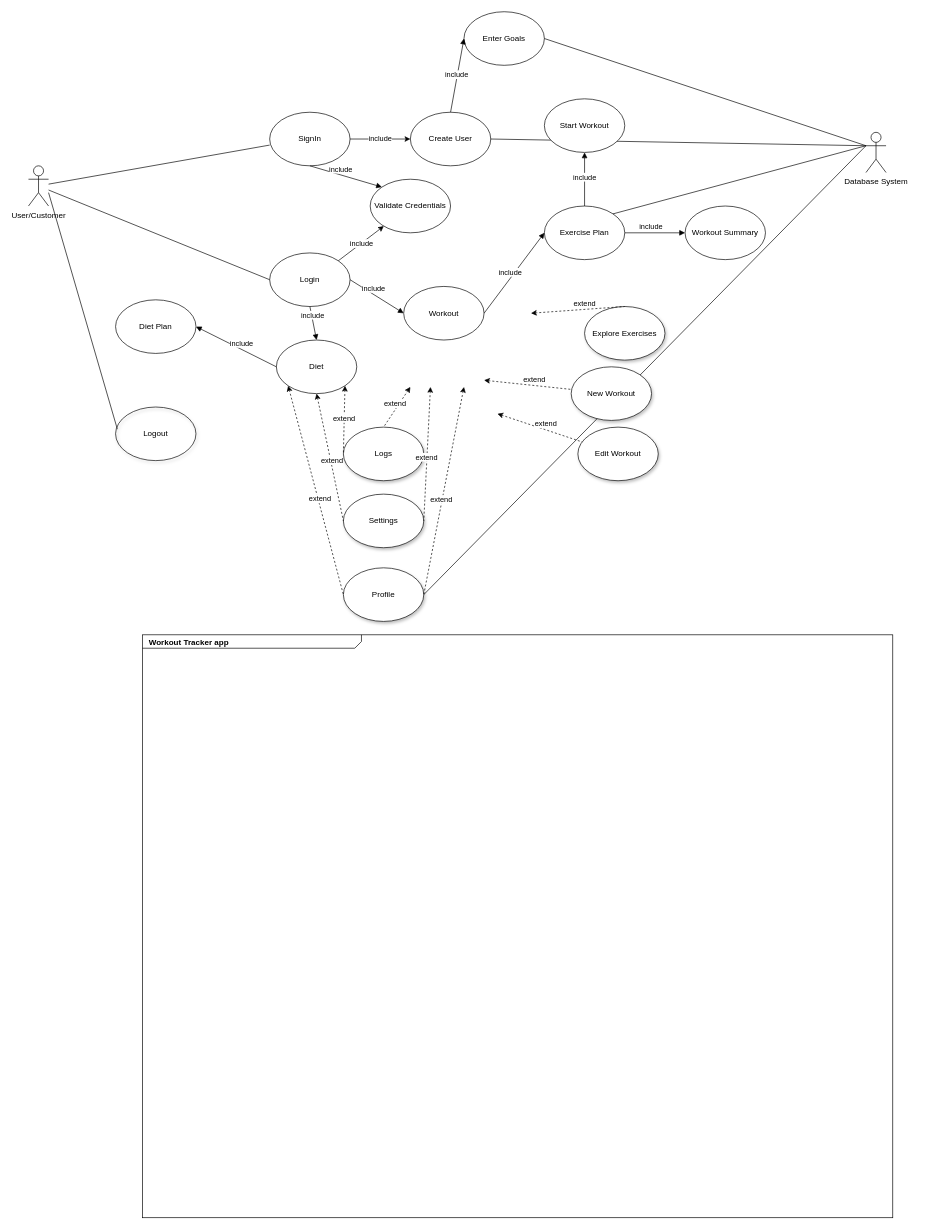
The draw.io diagram ucsdareport.drawio in samuzaffar99/WorkoutTracker, before the edit. Source tidied: cells renumbered, new cells numbered last; positions are measured from the earlier drawing's top-left corner, leaving out a move shared by most shapes. Both pictures are drawn from the tidied source at 67%, with x=0, y=0 at pixel (28, 11).
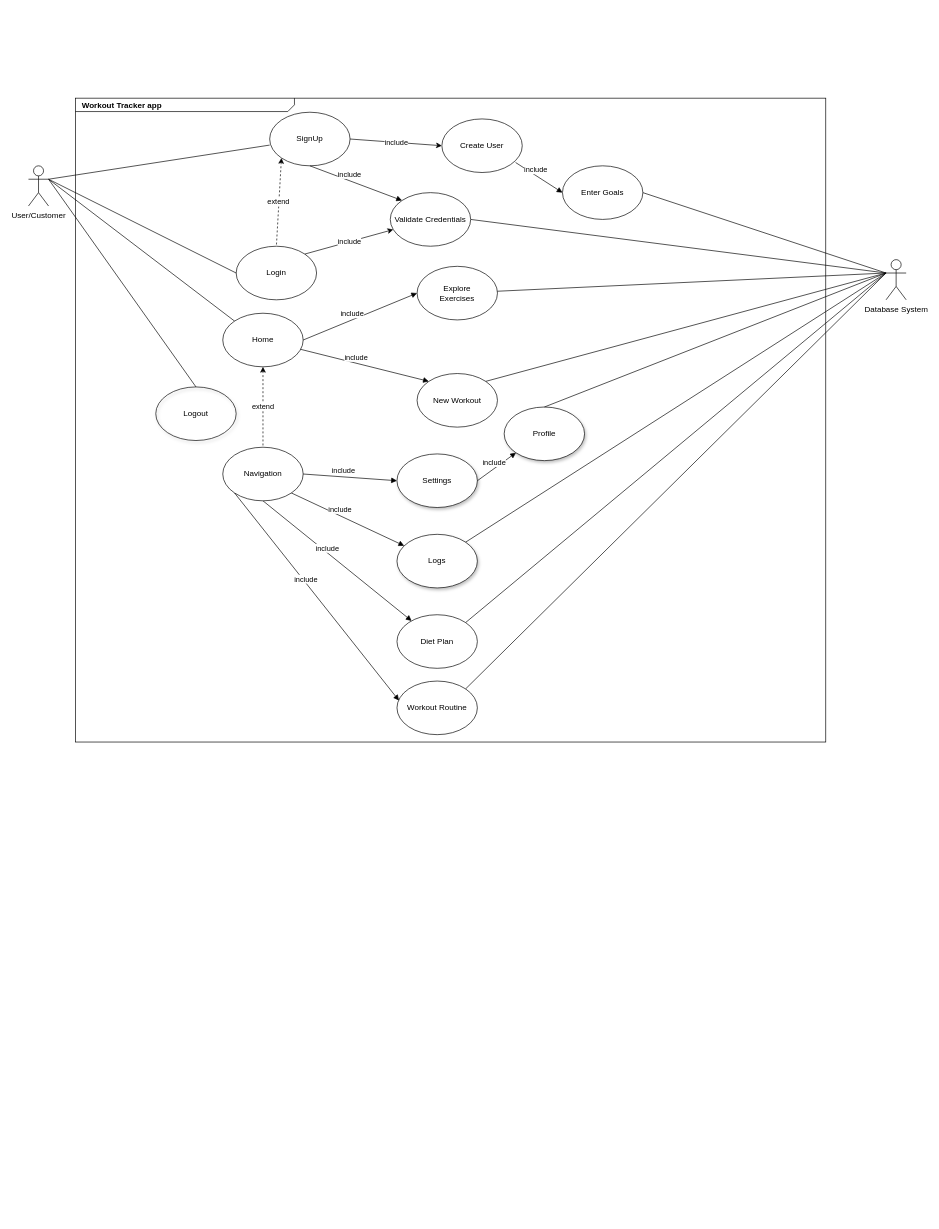
After the change.

Unchanged cells that the change refers to:
```xml
<mxCell id="3" value="User/Customer" style="shape=umlActor;verticalLabelPosition=bottom;verticalAlign=top;html=1;outlineConnect=0;" parent="1" vertex="1">
  <mxGeometry y="230" width="30" height="60" as="geometry" />
</mxCell>
```

What changed in the source:
```diff
@@
-    <mxCell id="2" style="endArrow=none;html=1;exitX=1;exitY=0.5;exitDx=0;exitDy=0;" parent="1" edge="1" source="31">
-      <mxGeometry relative="1" as="geometry">
-        <mxPoint x="1250" y="200" as="targetPoint" />
-      </mxGeometry>
-    </mxCell>
+    <mxCell id="49" style="endArrow=none;html=1;entryX=1;entryY=0.5;entryDx=0;entryDy=0;exitX=0;exitY=0.3333333333333333;exitDx=0;exitDy=0;exitPerimeter=0;endFill=0;" parent="1" edge="1" source="41" target="46">
+      <mxGeometry relative="1" as="geometry" />
+    </mxCell>
@@
-    <mxCell id="4" value="SignIn" style="ellipse;whiteSpace=wrap;html=1;" parent="1" vertex="1">
+    <mxCell id="4" value="SignUp" style="ellipse;whiteSpace=wrap;html=1;" parent="1" vertex="1">
       <mxGeometry x="360" y="150" width="120" height="80" as="geometry" />
     </mxCell>
     <mxCell id="5" value="Login" style="ellipse;whiteSpace=wrap;html=1;" parent="1" vertex="1">
-      <mxGeometry x="360" y="360" width="120" height="80" as="geometry" />
+      <mxGeometry x="310" y="350" width="120" height="80" as="geometry" />
     </mxCell>
-    <mxCell id="6" style="endArrow=none;html=1;entryX=0;entryY=0.613;entryDx=0;entryDy=0;entryPerimeter=0;" parent="1" edge="1" source="3" target="4">
-      <mxGeometry relative="1" as="geometry" />
+    <mxCell id="6" style="endArrow=none;html=1;entryX=0;entryY=0.613;entryDx=0;entryDy=0;entryPerimeter=0;" parent="1" edge="1" target="4">
+      <mxGeometry relative="1" as="geometry">
+        <mxPoint x="30" y="250" as="sourcePoint" />
+      </mxGeometry>
     </mxCell>
-    <mxCell id="7" style="endArrow=none;html=1;entryX=0;entryY=0.5;entryDx=0;entryDy=0;" parent="1" edge="1" source="3" target="5">
+    <mxCell id="7" style="endArrow=none;html=1;entryX=0;entryY=0.5;entryDx=0;entryDy=0;exitX=1;exitY=0.3333333333333333;exitDx=0;exitDy=0;exitPerimeter=0;" parent="1" edge="1" source="3" target="5">
       <mxGeometry relative="1" as="geometry" />
     </mxCell>
     <mxCell id="8" value="Create User" style="ellipse;whiteSpace=wrap;html=1;" parent="1" vertex="1">
-      <mxGeometry x="570" y="150" width="120" height="80" as="geometry" />
+      <mxGeometry x="617" y="160" width="120" height="80" as="geometry" />
     </mxCell>
@@
     <mxCell id="10" value="&lt;p style=&quot;margin: 0px ; margin-top: 4px ; margin-left: 10px ; text-align: left&quot;&gt;&lt;b&gt;Workout Tracker app&lt;/b&gt;&lt;/p&gt;" style="html=1;strokeWidth=1;shape=mxgraph.sysml.package;html=1;overflow=fill;whiteSpace=wrap;fillColor=none;gradientColor=none;fontSize=12;align=center;labelX=327.64;" parent="1" vertex="1">
-      <mxGeometry x="170" y="930" width="1120" height="870" as="geometry" />
+      <mxGeometry x="70" y="129" width="1120" height="961" as="geometry" />
     </mxCell>
-    <mxCell id="11" value="Workout" style="ellipse;whiteSpace=wrap;html=1;" parent="1" vertex="1">
-      <mxGeometry x="560" y="410" width="120" height="80" as="geometry" />
+    <mxCell id="11" value="Home" style="ellipse;whiteSpace=wrap;html=1;" parent="1" vertex="1">
+      <mxGeometry x="290" y="450" width="120" height="80" as="geometry" />
     </mxCell>
-    <mxCell id="12" value="include" style="html=1;verticalAlign=bottom;endArrow=block;exitX=1;exitY=0.5;exitDx=0;exitDy=0;entryX=0;entryY=0.5;entryDx=0;entryDy=0;" parent="1" edge="1" source="5" target="11">
-      <mxGeometry x="-0.14" relative="1" as="geometry" />
-    </mxCell>
     <mxCell id="13" value="Enter Goals" style="ellipse;whiteSpace=wrap;html=1;" parent="1" vertex="1">
-      <mxGeometry x="650" width="120" height="80" as="geometry" />
+      <mxGeometry x="797" y="230" width="120" height="80" as="geometry" />
     </mxCell>
-    <mxCell id="14" value="include" style="html=1;verticalAlign=bottom;endArrow=block;exitX=0.5;exitY=0;exitDx=0;exitDy=0;entryX=0;entryY=0.5;entryDx=0;entryDy=0;" parent="1" edge="1" source="8" target="13">
+    <mxCell id="14" value="include" style="html=1;verticalAlign=bottom;endArrow=block;exitX=0.917;exitY=0.813;exitDx=0;exitDy=0;entryX=0;entryY=0.5;entryDx=0;entryDy=0;exitPerimeter=0;" parent="1" edge="1" source="8" target="13">
       <mxGeometry x="-0.14" relative="1" as="geometry" />
     </mxCell>
-    <mxCell id="15" value="Diet" style="ellipse;whiteSpace=wrap;html=1;" parent="1" vertex="1">
-      <mxGeometry x="370" y="490" width="120" height="80" as="geometry" />
-    </mxCell>
-    <mxCell id="16" value="include" style="html=1;verticalAlign=bottom;endArrow=block;exitX=0.5;exitY=1;exitDx=0;exitDy=0;entryX=0.5;entryY=0;entryDx=0;entryDy=0;" parent="1" edge="1" source="5" target="15">
-      <mxGeometry x="-0.14" relative="1" as="geometry" />
-    </mxCell>
-    <mxCell id="17" value="Workout Summary" style="ellipse;whiteSpace=wrap;html=1;" parent="1" vertex="1">
-      <mxGeometry x="980" y="290" width="120" height="80" as="geometry" />
+    <mxCell id="17" value="Workout Routine" style="ellipse;whiteSpace=wrap;html=1;" parent="1" vertex="1">
+      <mxGeometry x="550" y="999" width="120" height="80" as="geometry" />
     </mxCell>
-    <mxCell id="18" value="include" style="html=1;verticalAlign=bottom;endArrow=block;exitX=1;exitY=0.5;exitDx=0;exitDy=0;entryX=0;entryY=0.5;entryDx=0;entryDy=0;" parent="1" edge="1" source="23" target="17">
-      <mxGeometry x="-0.14" relative="1" as="geometry" />
-    </mxCell>
-    <mxCell id="19" value="New Workout" style="ellipse;whiteSpace=wrap;html=1;shadow=1;" parent="1" vertex="1">
-      <mxGeometry x="810" y="530" width="120" height="80" as="geometry" />
-    </mxCell>
-    <mxCell id="20" value="extend" style="html=1;verticalAlign=bottom;endArrow=none;startArrow=classic;startFill=1;endFill=0;dashed=1;" parent="1" edge="1" target="19">
-      <mxGeometry x="0.14" relative="1" as="geometry">
-        <mxPoint x="680" y="550" as="sourcePoint" />
-      </mxGeometry>
-    </mxCell>
-    <mxCell id="21" value="Explore Exercises" style="ellipse;whiteSpace=wrap;html=1;shadow=1;" parent="1" vertex="1">
-      <mxGeometry x="830" y="440" width="120" height="80" as="geometry" />
-    </mxCell>
-    <mxCell id="22" value="extend" style="html=1;verticalAlign=bottom;endArrow=none;entryX=0.5;entryY=0;entryDx=0;entryDy=0;startArrow=classic;startFill=1;endFill=0;dashed=1;" parent="1" edge="1" target="21">
-      <mxGeometry x="0.14" relative="1" as="geometry">
-        <mxPoint x="750" y="450" as="sourcePoint" />
-      </mxGeometry>
-    </mxCell>
-    <mxCell id="23" value="Exercise Plan" style="ellipse;whiteSpace=wrap;html=1;" parent="1" vertex="1">
-      <mxGeometry x="770" y="290" width="120" height="80" as="geometry" />
+    <mxCell id="23" value="Explore&lt;br&gt;Exercises" style="ellipse;whiteSpace=wrap;html=1;" parent="1" vertex="1">
+      <mxGeometry x="580" y="380" width="120" height="80" as="geometry" />
     </mxCell>
@@
     <mxCell id="25" value="Diet Plan" style="ellipse;whiteSpace=wrap;html=1;" parent="1" vertex="1">
-      <mxGeometry x="130" y="430" width="120" height="80" as="geometry" />
+      <mxGeometry x="550" y="900" width="120" height="80" as="geometry" />
     </mxCell>
-    <mxCell id="26" value="include" style="html=1;verticalAlign=bottom;endArrow=block;entryX=1;entryY=0.5;entryDx=0;entryDy=0;exitX=0;exitY=0.5;exitDx=0;exitDy=0;" parent="1" edge="1" source="15" target="25">
-      <mxGeometry x="-0.14" relative="1" as="geometry" />
+    <mxCell id="26" value="include" style="html=1;verticalAlign=bottom;endArrow=block;exitX=0.5;exitY=1;exitDx=0;exitDy=0;" parent="1" edge="1" source="52" target="25">
+      <mxGeometry x="-0.12" y="-2" relative="1" as="geometry" />
     </mxCell>
-    <mxCell id="27" value="Edit Workout" style="ellipse;whiteSpace=wrap;html=1;shadow=1;" parent="1" vertex="1">
-      <mxGeometry x="820" y="620" width="120" height="80" as="geometry" />
-    </mxCell>
-    <mxCell id="28" value="extend" style="html=1;verticalAlign=bottom;endArrow=none;startArrow=classic;startFill=1;endFill=0;dashed=1;" parent="1" edge="1" target="27">
-      <mxGeometry x="0.14" relative="1" as="geometry">
-        <mxPoint x="700" y="600" as="sourcePoint" />
-      </mxGeometry>
-    </mxCell>
     <mxCell id="29" value="Logs" style="ellipse;whiteSpace=wrap;html=1;shadow=1;" parent="1" vertex="1">
-      <mxGeometry x="470" y="620" width="120" height="80" as="geometry" />
+      <mxGeometry x="550" y="780" width="120" height="80" as="geometry" />
     </mxCell>
-    <mxCell id="30" value="extend" style="html=1;verticalAlign=bottom;endArrow=none;entryX=0;entryY=0.5;entryDx=0;entryDy=0;startArrow=classic;startFill=1;endFill=0;dashed=1;exitX=1;exitY=1;exitDx=0;exitDy=0;" parent="1" edge="1" source="15" target="29">
-      <mxGeometry x="0.14" relative="1" as="geometry" />
-    </mxCell>
     <mxCell id="31" value="Profile" style="ellipse;whiteSpace=wrap;html=1;shadow=1;" parent="1" vertex="1">
-      <mxGeometry x="470" y="830" width="120" height="80" as="geometry" />
+      <mxGeometry x="710" y="590" width="120" height="80" as="geometry" />
     </mxCell>
-    <mxCell id="32" value="extend" style="html=1;verticalAlign=bottom;endArrow=none;entryX=0;entryY=0.5;entryDx=0;entryDy=0;startArrow=classic;startFill=1;endFill=0;dashed=1;exitX=0;exitY=1;exitDx=0;exitDy=0;" parent="1" edge="1" source="15" target="31">
-      <mxGeometry x="0.14" relative="1" as="geometry" />
-    </mxCell>
     <mxCell id="33" value="Settings" style="ellipse;whiteSpace=wrap;html=1;shadow=1;" parent="1" vertex="1">
-      <mxGeometry x="470" y="720" width="120" height="80" as="geometry" />
+      <mxGeometry x="550" y="660" width="120" height="80" as="geometry" />
     </mxCell>
-    <mxCell id="34" value="extend" style="html=1;verticalAlign=bottom;endArrow=none;exitX=0.5;exitY=1;exitDx=0;exitDy=0;entryX=0;entryY=0.5;entryDx=0;entryDy=0;startArrow=classic;startFill=1;endFill=0;dashed=1;" parent="1" edge="1" source="15" target="33">
-      <mxGeometry x="0.14" relative="1" as="geometry" />
-    </mxCell>
-    <mxCell id="35" value="extend" style="html=1;verticalAlign=bottom;endArrow=none;entryX=0.5;entryY=0;entryDx=0;entryDy=0;startArrow=classic;startFill=1;endFill=0;dashed=1;" parent="1" edge="1" target="29">
-      <mxGeometry x="0.14" relative="1" as="geometry">
-        <mxPoint x="570" y="560" as="sourcePoint" />
-      </mxGeometry>
-    </mxCell>
-    <mxCell id="36" value="extend" style="html=1;verticalAlign=bottom;endArrow=none;entryX=1;entryY=0.5;entryDx=0;entryDy=0;startArrow=classic;startFill=1;endFill=0;dashed=1;" parent="1" edge="1" target="33">
-      <mxGeometry x="0.14" relative="1" as="geometry">
-        <mxPoint x="600" y="560" as="sourcePoint" />
-      </mxGeometry>
-    </mxCell>
-    <mxCell id="37" value="extend" style="html=1;verticalAlign=bottom;endArrow=none;entryX=1;entryY=0.5;entryDx=0;entryDy=0;startArrow=classic;startFill=1;endFill=0;dashed=1;" parent="1" edge="1" target="31">
-      <mxGeometry x="0.14" relative="1" as="geometry">
-        <mxPoint x="650" y="560" as="sourcePoint" />
-      </mxGeometry>
-    </mxCell>
-    <mxCell id="38" value="include" style="html=1;verticalAlign=bottom;endArrow=block;exitX=0.5;exitY=0;exitDx=0;exitDy=0;entryX=0.5;entryY=1;entryDx=0;entryDy=0;" parent="1" edge="1" source="23" target="44">
-      <mxGeometry x="-0.14" relative="1" as="geometry" />
-    </mxCell>
     <mxCell id="39" value="Logout" style="ellipse;whiteSpace=wrap;html=1;shadow=1;strokeWidth=1;fillColor=none;" parent="1" vertex="1">
-      <mxGeometry x="130" y="590" width="120" height="80" as="geometry" />
+      <mxGeometry x="190" y="560" width="120" height="80" as="geometry" />
     </mxCell>
-    <mxCell id="40" style="endArrow=none;html=1;entryX=0.022;entryY=0.413;entryDx=0;entryDy=0;entryPerimeter=0;" parent="1" edge="1" target="39">
-      <mxGeometry relative="1" as="geometry">
-        <mxPoint x="30" y="270" as="sourcePoint" />
-      </mxGeometry>
+    <mxCell id="40" style="endArrow=none;html=1;entryX=0.5;entryY=0;entryDx=0;entryDy=0;exitX=1;exitY=0.3333333333333333;exitDx=0;exitDy=0;exitPerimeter=0;" parent="1" edge="1" source="3" target="39">
+      <mxGeometry relative="1" as="geometry" />
     </mxCell>
     <mxCell id="41" value="Database System" style="shape=umlActor;verticalLabelPosition=bottom;verticalAlign=top;html=1;outlineConnect=0;" parent="1" vertex="1">
-      <mxGeometry x="1250" y="180" width="30" height="60" as="geometry" />
+      <mxGeometry x="1280" y="370" width="30" height="60" as="geometry" />
     </mxCell>
@@
-    <mxCell id="43" style="endArrow=none;html=1;exitX=1;exitY=0.5;exitDx=0;exitDy=0;" parent="1" edge="1" source="8">
-      <mxGeometry relative="1" as="geometry">
-        <mxPoint x="1250" y="200" as="targetPoint" />
-      </mxGeometry>
-    </mxCell>
-    <mxCell id="44" value="Start Workout" style="ellipse;whiteSpace=wrap;html=1;" parent="1" vertex="1">
-      <mxGeometry x="770" y="130" width="120" height="80" as="geometry" />
+    <mxCell id="44" value="New Workout" style="ellipse;whiteSpace=wrap;html=1;" parent="1" vertex="1">
+      <mxGeometry x="580" y="540" width="120" height="80" as="geometry" />
     </mxCell>
-    <mxCell id="45" style="endArrow=none;html=1;exitX=1;exitY=0;exitDx=0;exitDy=0;" parent="1" edge="1" source="23">
-      <mxGeometry relative="1" as="geometry">
-        <mxPoint x="1250" y="200" as="targetPoint" />
-      </mxGeometry>
-    </mxCell>
     <mxCell id="46" value="Validate Credentials" style="ellipse;whiteSpace=wrap;html=1;" parent="1" vertex="1">
-      <mxGeometry x="510" y="250" width="120" height="80" as="geometry" />
+      <mxGeometry x="540" y="270" width="120" height="80" as="geometry" />
     </mxCell>
@@
+    <mxCell id="50" style="endArrow=none;html=1;entryX=0;entryY=0;entryDx=0;entryDy=0;endFill=0;exitX=1;exitY=0.3333333333333333;exitDx=0;exitDy=0;exitPerimeter=0;" parent="1" edge="1" source="3" target="11">
+      <mxGeometry relative="1" as="geometry" />
+    </mxCell>
+    <mxCell id="51" value="include" style="html=1;verticalAlign=bottom;endArrow=block;entryX=0;entryY=0;entryDx=0;entryDy=0;" parent="1" edge="1" source="11" target="44">
+      <mxGeometry x="-0.14" relative="1" as="geometry" />
+    </mxCell>
+    <mxCell id="52" value="Navigation" style="ellipse;whiteSpace=wrap;html=1;" parent="1" vertex="1">
+      <mxGeometry x="290" y="650" width="120" height="80" as="geometry" />
+    </mxCell>
+    <mxCell id="53" value="extend" style="html=1;verticalAlign=bottom;endArrow=none;entryX=0.5;entryY=0;entryDx=0;entryDy=0;startArrow=classic;startFill=1;endFill=0;dashed=1;exitX=0;exitY=1;exitDx=0;exitDy=0;" parent="1" edge="1" source="4" target="5">
+      <mxGeometry x="0.14" relative="1" as="geometry" />
+    </mxCell>
+    <mxCell id="54" style="endArrow=none;html=1;entryX=0;entryY=0.3333333333333333;entryDx=0;entryDy=0;entryPerimeter=0;" parent="1" edge="1" source="23" target="41">
+      <mxGeometry relative="1" as="geometry" />
+    </mxCell>
+    <mxCell id="55" value="extend" style="html=1;verticalAlign=bottom;endArrow=none;entryX=0.5;entryY=0;entryDx=0;entryDy=0;startArrow=classic;startFill=1;endFill=0;dashed=1;exitX=0.5;exitY=1;exitDx=0;exitDy=0;" parent="1" edge="1" source="11" target="52">
+      <mxGeometry x="0.14" relative="1" as="geometry" />
+    </mxCell>
+    <mxCell id="56" style="endArrow=none;html=1;entryX=0;entryY=0.3333333333333333;entryDx=0;entryDy=0;entryPerimeter=0;exitX=1;exitY=0;exitDx=0;exitDy=0;" parent="1" edge="1" source="44" target="41">
+      <mxGeometry relative="1" as="geometry" />
+    </mxCell>
+    <mxCell id="57" value="include" style="html=1;verticalAlign=bottom;endArrow=block;exitX=1;exitY=1;exitDx=0;exitDy=0;" parent="1" edge="1" source="52" target="29">
+      <mxGeometry x="-0.14" relative="1" as="geometry" />
+    </mxCell>
+    <mxCell id="58" value="include" style="html=1;verticalAlign=bottom;endArrow=block;entryX=0;entryY=1;entryDx=0;entryDy=0;exitX=1;exitY=0.5;exitDx=0;exitDy=0;" parent="1" edge="1" source="33" target="31">
+      <mxGeometry x="-0.14" relative="1" as="geometry" />
+    </mxCell>
+    <mxCell id="59" value="include" style="html=1;verticalAlign=bottom;endArrow=block;entryX=0;entryY=0.5;entryDx=0;entryDy=0;exitX=1;exitY=0.5;exitDx=0;exitDy=0;" parent="1" edge="1" source="52" target="33">
+      <mxGeometry x="-0.14" relative="1" as="geometry" />
+    </mxCell>
+    <mxCell id="60" style="endArrow=none;html=1;exitX=0.5;exitY=0;exitDx=0;exitDy=0;entryX=0;entryY=0.3333333333333333;entryDx=0;entryDy=0;entryPerimeter=0;" parent="1" edge="1" source="31" target="41">
+      <mxGeometry relative="1" as="geometry" />
+    </mxCell>
+    <mxCell id="61" value="include" style="html=1;verticalAlign=bottom;endArrow=block;exitX=0;exitY=1;exitDx=0;exitDy=0;entryX=0.025;entryY=0.363;entryDx=0;entryDy=0;entryPerimeter=0;" parent="1" edge="1" source="52" target="17">
+      <mxGeometry x="-0.12" y="-2" relative="1" as="geometry" />
+    </mxCell>
+    <mxCell id="62" style="endArrow=none;html=1;exitX=1;exitY=0;exitDx=0;exitDy=0;entryX=0;entryY=0.3333333333333333;entryDx=0;entryDy=0;entryPerimeter=0;" parent="1" edge="1" source="29" target="41">
+      <mxGeometry relative="1" as="geometry" />
+    </mxCell>
+    <mxCell id="63" style="endArrow=none;html=1;exitX=1;exitY=0;exitDx=0;exitDy=0;entryX=0;entryY=0.3333333333333333;entryDx=0;entryDy=0;entryPerimeter=0;" parent="1" edge="1" source="25" target="41">
+      <mxGeometry relative="1" as="geometry" />
+    </mxCell>
+    <mxCell id="64" style="endArrow=none;html=1;exitX=1;exitY=0;exitDx=0;exitDy=0;entryX=0;entryY=0.3333333333333333;entryDx=0;entryDy=0;entryPerimeter=0;" parent="1" edge="1" source="17" target="41">
+      <mxGeometry relative="1" as="geometry" />
+    </mxCell>
```
